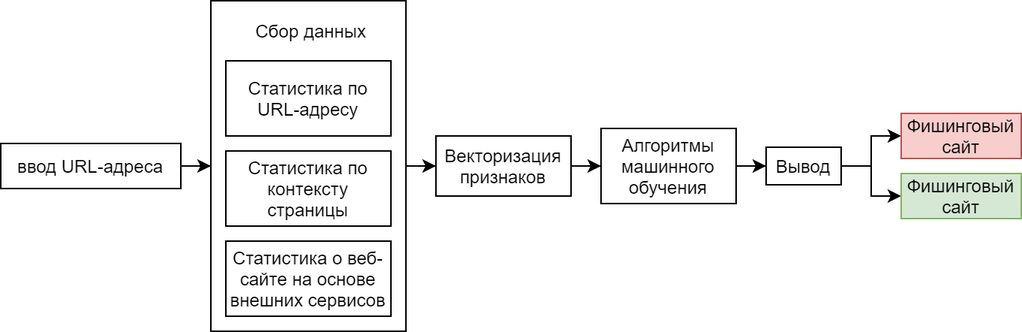
The draw.io diagram data/diagrams/process.png in KostyaRyabov/phishDetect, before a commit. Source tidied: cells renumbered, new cells last; positions are measured from the earlier drawing's top-left corner, leaving out a move shared by most shapes. The source it was exported from:
```xml
<mxGraphModel>
  <root>
    <mxCell id="0" />
    <mxCell id="1" parent="0" />
    <mxCell id="2" style="edgeStyle=orthogonalEdgeStyle;rounded=0;jettySize=auto;html=1;" parent="1" edge="1" source="3" target="5">
      <mxGeometry relative="1" as="geometry" />
    </mxCell>
    <mxCell id="3" value="ввод URL-адреса" style="rounded=0;whiteSpace=wrap;html=1;" parent="1" vertex="1">
      <mxGeometry y="95" width="120" height="30" as="geometry" />
    </mxCell>
    <mxCell id="4" style="edgeStyle=orthogonalEdgeStyle;rounded=0;jettySize=auto;html=1;" parent="1" edge="1" source="5" target="11">
      <mxGeometry relative="1" as="geometry" />
    </mxCell>
    <mxCell id="5" style="rounded=0;whiteSpace=wrap;html=1;" parent="1" vertex="1">
      <mxGeometry x="140" width="130" height="220" as="geometry" />
    </mxCell>
    <mxCell id="6" value="Статистика по URL-адресу" style="rounded=0;whiteSpace=wrap;html=1;" parent="1" vertex="1">
      <mxGeometry x="150" y="40" width="110" height="50" as="geometry" />
    </mxCell>
    <mxCell id="7" value="Статистика по контексту страницы&lt;span style=&quot;color: rgba(0 , 0 , 0 , 0) ; font-family: monospace ; font-size: 0px&quot;&gt;%3CmxGraphModel%3E%3Croot%3E%3CmxCell%20id%3D%220%22%2F%3E%3CmxCell%20id%3D%221%22%20parent%3D%220%22%2F%3E%3CmxCell%20id%3D%222%22%20value%3D%22%D1%85%D0%B0%D1%80%D0%B0%D0%BA%D1%82%D0%B5%D1%80%D0%B8%D1%81%D1%82%D0%B8%D0%BA%D0%B8%20%D0%BF%D0%BE%20%D1%81%D1%82%D1%80%D0%BE%D0%BA%D0%B5%20URL-%D0%B0%D0%B4%D1%80%D0%B5%D1%81%D0%B0%26lt%3Bspan%20style%3D%26quot%3Bcolor%3A%20rgba(0%20%2C%200%20%2C%200%20%2C%200)%20%3B%20font-family%3A%20monospace%20%3B%20font-size%3A%200px%26quot%3B%26gt%3B%253CmxGraphModel%253E%253Croot%253E%253CmxCell%2520id%253D%25220%2522%252F%253E%253CmxCell%2520id%253D%25221%2522%2520parent%253D%25220%2522%252F%253E%253CmxCell%2520id%253D%25222%2522%2520value%253D%2522%25D0%259F%25D1%2580%25D0%25B8%25D0%25B2%25D0%25B5%25D0%25B4%25D0%25B5%25D0%25BD%25D0%25B8%25D0%25B5%2520%25D0%25B4%25D0%25B0%25D0%25BD%25D0%25BD%25D1%258B%25D1%2585%2520%25D0%25BA%2520%25D0%25B5%25D0%25B4%25D0%25B8%25D0%25BD%25D0%25BE%25D0%25BC%25D1%2583%2520%25D0%25B2%25D0%25B8%25D0%25B4%25D1%2583%2522%2520style%253D%2522rounded%253D0%253BwhiteSpace%253Dwrap%253Bhtml%253D1%253B%2522%2520vertex%253D%25221%2522%2520parent%253D%25221%2522%253E%253CmxGeometry%2520x%253D%252270%2522%2520y%253D%2522360%2522%2520width%253D%2522120%2522%2520height%253D%252260%2522%2520as%253D%2522geometry%2522%252F%253E%253C%252FmxCell%253E%253C%252Froot%253E%253C%252FmxGraphModel%253E%26lt%3B%2Fspan%26gt%3B%22%20style%3D%22rounded%3D0%3BwhiteSpace%3Dwrap%3Bhtml%3D1%3B%22%20vertex%3D%221%22%20parent%3D%221%22%3E%3CmxGeometry%20x%3D%22190%22%20y%3D%2280%22%20width%3D%22120%22%20height%3D%2260%22%20as%3D%22geometry%22%2F%3E%3C%2FmxCell%3E%3C%2Froot%3E%3C%2FmxGraphModel%3E&lt;/span&gt;" style="rounded=0;whiteSpace=wrap;html=1;" parent="1" vertex="1">
      <mxGeometry x="150" y="100" width="110" height="50" as="geometry" />
    </mxCell>
    <mxCell id="8" value="Статистика о веб-сайте на основе внешних сервисов&lt;span style=&quot;color: rgba(0 , 0 , 0 , 0) ; font-family: monospace ; font-size: 0px&quot;&gt;%3CmxGraphModel%3E%3Croot%3E%3CmxCell%20id%3D%220%22%2F%3E%3CmxCell%20id%3D%221%22%20parent%3D%220%22%2F%3E%3CmxCell%20id%3D%222%22%20value%3D%22%D1%85%D0%B0%D1%80%D0%B0%D0%BA%D1%82%D0%B5%D1%80%D0%B8%D1%81%D1%82%D0%B8%D0%BA%D0%B8%20%D0%BF%D0%BE%20%D1%81%D1%82%D1%80%D0%BE%D0%BA%D0%B5%20URL-%D0%B0%D0%B4%D1%80%D0%B5%D1%81%D0%B0%26lt%3Bspan%20style%3D%26quot%3Bcolor%3A%20rgba(0%20%2C%200%20%2C%200%20%2C%200)%20%3B%20font-family%3A%20monospace%20%3B%20font-size%3A%200px%26quot%3B%26gt%3B%253CmxGraphModel%253E%253Croot%253E%253CmxCell%2520id%253D%25220%2522%252F%253E%253CmxCell%2520id%253D%25221%2522%2520parent%253D%25220%2522%252F%253E%253CmxCell%2520id%253D%25222%2522%2520value%253D%2522%25D0%259F%25D1%2580%25D0%25B8%25D0%25B2%25D0%25B5%25D0%25B4%25D0%25B5%25D0%25BD%25D0%25B8%25D0%25B5%2520%25D0%25B4%25D0%25B0%25D0%25BD%25D0%25BD%25D1%258B%25D1%2585%2520%25D0%25BA%2520%25D0%25B5%25D0%25B4%25D0%25B8%25D0%25BD%25D0%25BE%25D0%25BC%25D1%2583%2520%25D0%25B2%25D0%25B8%25D0%25B4%25D1%2583%2522%2520style%253D%2522rounded%253D0%253BwhiteSpace%253Dwrap%253Bhtml%253D1%253B%2522%2520vertex%253D%25221%2522%2520parent%253D%25221%2522%253E%253CmxGeometry%2520x%253D%252270%2522%2520y%253D%2522360%2522%2520width%253D%2522120%2522%2520height%253D%252260%2522%2520as%253D%2522geometry%2522%252F%253E%253C%252FmxCell%253E%253C%252Froot%253E%253C%252FmxGraphModel%253E%26lt%3B%2Fspan%26gt%3B%22%20style%3D%22rounded%3D0%3BwhiteSpace%3Dwrap%3Bhtml%3D1%3B%22%20vertex%3D%221%22%20parent%3D%221%22%3E%3CmxGeometry%20x%3D%22190%22%20y%3D%2280%22%20width%3D%22120%22%20height%3D%2260%22%20as%3D%22geometry%22%2F%3E%3C%2FmxCell%3E%3C%2Froot%3E%3C%2FmxGraphModel%3E&lt;/span&gt;" style="rounded=0;whiteSpace=wrap;html=1;" parent="1" vertex="1">
      <mxGeometry x="150" y="160" width="110" height="50" as="geometry" />
    </mxCell>
    <mxCell id="9" value="Сбор данных" style="text;html=1;strokeColor=none;fillColor=none;align=center;verticalAlign=middle;whiteSpace=wrap;rounded=0;" parent="1" vertex="1">
      <mxGeometry x="162" y="10" width="90" height="20" as="geometry" />
    </mxCell>
    <mxCell id="10" style="edgeStyle=orthogonalEdgeStyle;rounded=0;jettySize=auto;html=1;" parent="1" edge="1" source="11" target="13">
      <mxGeometry relative="1" as="geometry" />
    </mxCell>
    <mxCell id="11" value="Векторизация признаков" style="rounded=0;whiteSpace=wrap;html=1;" parent="1" vertex="1">
      <mxGeometry x="290" y="90" width="90" height="40" as="geometry" />
    </mxCell>
    <mxCell id="12" style="edgeStyle=orthogonalEdgeStyle;rounded=0;jettySize=auto;html=1;" parent="1" edge="1" source="13" target="16">
      <mxGeometry relative="1" as="geometry" />
    </mxCell>
    <mxCell id="13" value="Алгоритмы машинного обучения" style="rounded=0;whiteSpace=wrap;html=1;" parent="1" vertex="1">
      <mxGeometry x="400" y="85" width="90" height="50" as="geometry" />
    </mxCell>
    <mxCell id="14" style="edgeStyle=orthogonalEdgeStyle;rounded=0;jettySize=auto;html=1;" parent="1" edge="1" source="16" target="17">
      <mxGeometry relative="1" as="geometry" />
    </mxCell>
    <mxCell id="15" style="edgeStyle=orthogonalEdgeStyle;rounded=0;jettySize=auto;html=1;exitX=1;exitY=0.5;exitDx=0;exitDy=0;entryX=0;entryY=0.5;entryDx=0;entryDy=0;" parent="1" edge="1" source="16" target="18">
      <mxGeometry relative="1" as="geometry" />
    </mxCell>
    <mxCell id="16" value="Вывод" style="rounded=0;whiteSpace=wrap;html=1;" parent="1" vertex="1">
      <mxGeometry x="510" y="97.5" width="50" height="25" as="geometry" />
    </mxCell>
    <mxCell id="17" value="Фишинговый сайт" style="rounded=0;whiteSpace=wrap;html=1;fillColor=#f8cecc;strokeColor=#b85450;" parent="1" vertex="1">
      <mxGeometry x="600" y="75" width="80" height="30" as="geometry" />
    </mxCell>
    <mxCell id="18" value="Фишинговый сайт" style="rounded=0;whiteSpace=wrap;html=1;fillColor=#d5e8d4;strokeColor=#82b366;" parent="1" vertex="1">
      <mxGeometry x="600" y="115" width="80" height="30" as="geometry" />
    </mxCell>
  </root>
</mxGraphModel>
```
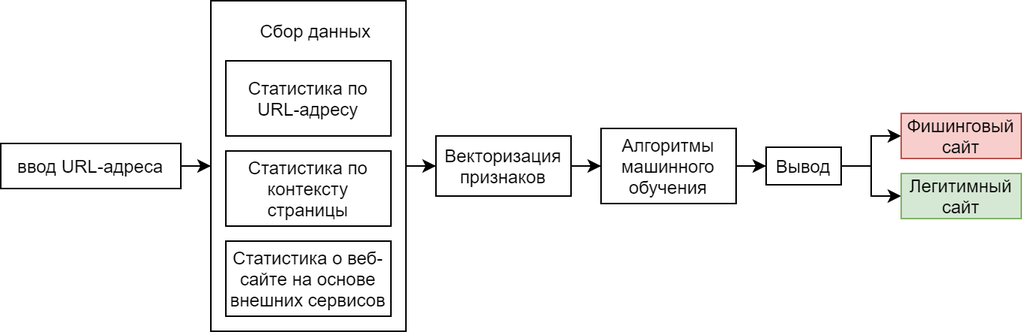
Above is the later version.

The edit, as a diff of the source:
```diff
@@ -24,7 +24,7 @@
       <mxGeometry x="150" y="160" width="110" height="50" as="geometry" />
     </mxCell>
     <mxCell id="9" value="Сбор данных" style="text;html=1;strokeColor=none;fillColor=none;align=center;verticalAlign=middle;whiteSpace=wrap;rounded=0;" parent="1" vertex="1">
-      <mxGeometry x="162" y="10" width="90" height="20" as="geometry" />
+      <mxGeometry x="165" y="10" width="90" height="20" as="geometry" />
     </mxCell>
     <mxCell id="10" style="edgeStyle=orthogonalEdgeStyle;rounded=0;jettySize=auto;html=1;" parent="1" edge="1" source="11" target="13">
       <mxGeometry relative="1" as="geometry" />
@@ -50,7 +50,7 @@
     <mxCell id="17" value="Фишинговый сайт" style="rounded=0;whiteSpace=wrap;html=1;fillColor=#f8cecc;strokeColor=#b85450;" parent="1" vertex="1">
       <mxGeometry x="600" y="75" width="80" height="30" as="geometry" />
     </mxCell>
-    <mxCell id="18" value="Фишинговый сайт" style="rounded=0;whiteSpace=wrap;html=1;fillColor=#d5e8d4;strokeColor=#82b366;" parent="1" vertex="1">
+    <mxCell id="18" value="Легитимный сайт" style="rounded=0;whiteSpace=wrap;html=1;fillColor=#d5e8d4;strokeColor=#82b366;" parent="1" vertex="1">
       <mxGeometry x="600" y="115" width="80" height="30" as="geometry" />
     </mxCell>
   </root>
```
